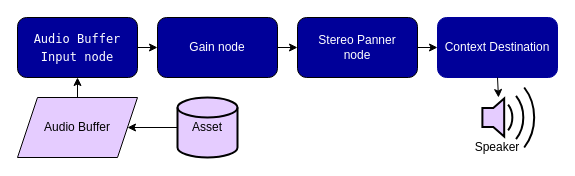
Before: tau_rust/example/lib/MozillaEx/loop/MozillaEx_Loop_graph.drawio in Canardoux/tau.sav, a draw.io diagram. Source tidied: cells renumbered, new cells numbered last; positions are measured from the earlier drawing's top-left corner, leaving out a move shared by most shapes. Both pictures are drawn from the tidied source at 100%, with x=0, y=0 at pixel (17, 17).
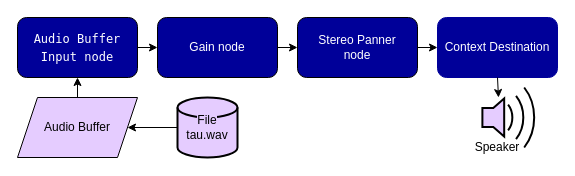
The same page after the edit.

Change to the diagram source:
```diff
@@
 <mxGraphModel>
   <root>
     <mxCell id="0" />
     <mxCell id="1" parent="0" />
     <mxCell id="2" value="&lt;div style=&quot;font-family: Menlo, Monaco, &amp;quot;Courier New&amp;quot;, monospace; line-height: 18px; white-space: pre;&quot;&gt;&lt;font style=&quot;background-color: rgb(0, 0, 153);&quot; color=&quot;#ffffff&quot;&gt;Audio Buffer&lt;/font&gt;&lt;/div&gt;&lt;div style=&quot;font-family: Menlo, Monaco, &amp;quot;Courier New&amp;quot;, monospace; line-height: 18px; white-space: pre;&quot;&gt;&lt;font style=&quot;background-color: rgb(0, 0, 153);&quot; color=&quot;#ffffff&quot;&gt;Input node&lt;/font&gt;&lt;/div&gt;" style="rounded=1;whiteSpace=wrap;html=1;fillColor=#000099;" parent="1" vertex="1">
       <mxGeometry width="120" height="60" as="geometry" />
     </mxCell>
     <mxCell id="3" value="&lt;span style=&quot;background-color: rgb(0, 0, 153);&quot;&gt;&lt;font color=&quot;#ffffff&quot;&gt;Gain node&lt;/font&gt;&lt;/span&gt;" style="rounded=1;whiteSpace=wrap;html=1;fillColor=#000099;" parent="1" vertex="1">
       <mxGeometry x="140" width="120" height="60" as="geometry" />
     </mxCell>
     <mxCell id="4" value="&lt;span style=&quot;background-color: rgb(0, 0, 153);&quot;&gt;&lt;font color=&quot;#ffffff&quot;&gt;Stereo Panner&lt;/font&gt;&lt;/span&gt;&lt;div&gt;&lt;span style=&quot;background-color: rgb(0, 0, 153);&quot;&gt;&lt;font color=&quot;#ffffff&quot;&gt;node&lt;/font&gt;&lt;/span&gt;&lt;/div&gt;" style="rounded=1;whiteSpace=wrap;html=1;fillColor=#000099;" parent="1" vertex="1">
       <mxGeometry x="280" width="120" height="60" as="geometry" />
     </mxCell>
     <mxCell id="5" value="&lt;span style=&quot;background-color: rgb(0, 0, 153);&quot;&gt;&lt;font color=&quot;#ffffff&quot;&gt;Context Destination&lt;/font&gt;&lt;/span&gt;" style="rounded=1;whiteSpace=wrap;html=1;fillColor=#000099;strokeColor=#000099;" parent="1" vertex="1">
       <mxGeometry x="420" width="120" height="60" as="geometry" />
     </mxCell>
     <mxCell id="6" style="endArrow=classic;html=1;rounded=0;exitX=1;exitY=0.5;exitDx=0;exitDy=0;entryX=0;entryY=0.5;entryDx=0;entryDy=0;" parent="1" edge="1" source="2" target="3">
       <mxGeometry relative="1" as="geometry" />
     </mxCell>
     <mxCell id="7" style="endArrow=classic;html=1;rounded=0;exitX=1;exitY=0.5;exitDx=0;exitDy=0;entryX=0;entryY=0.5;entryDx=0;entryDy=0;" parent="1" edge="1" source="3" target="4">
       <mxGeometry relative="1" as="geometry" />
     </mxCell>
     <mxCell id="8" style="endArrow=classic;html=1;rounded=0;exitX=1;exitY=0.5;exitDx=0;exitDy=0;entryX=0;entryY=0.5;entryDx=0;entryDy=0;" parent="1" edge="1" source="4" target="5">
       <mxGeometry relative="1" as="geometry" />
     </mxCell>
-    <mxCell id="9" value="&lt;span style=&quot;background-color: rgb(229, 204, 255);&quot;&gt;Asset&lt;/span&gt;" style="strokeWidth=2;html=1;shape=mxgraph.flowchart.database;whiteSpace=wrap;fillColor=#E5CCFF;" parent="1" vertex="1">
+    <mxCell id="9" value="&lt;span style=&quot;background-color: rgb(229, 204, 255);&quot;&gt;File&lt;/span&gt;&lt;div&gt;&lt;span style=&quot;background-color: rgb(229, 204, 255);&quot;&gt;tau.wav&lt;/span&gt;&lt;/div&gt;" style="strokeWidth=2;html=1;shape=mxgraph.flowchart.database;whiteSpace=wrap;fillColor=#E5CCFF;" parent="1" vertex="1">
       <mxGeometry x="160" y="80" width="60" height="60" as="geometry" />
     </mxCell>
     <mxCell id="10" style="endArrow=classic;html=1;rounded=0;entryX=0.5;entryY=1;entryDx=0;entryDy=0;" parent="1" edge="1" target="2">
       <mxGeometry relative="1" as="geometry">
         <mxPoint x="60" y="80" as="sourcePoint" />
       </mxGeometry>
     </mxCell>
     <mxCell id="11" style="html=1;verticalLabelPosition=bottom;align=center;labelBackgroundColor=#ffffff;verticalAlign=top;strokeWidth=2;strokeColor=#000000;shadow=0;dashed=0;shape=mxgraph.ios7.icons.volume_2;fillColor=#E5CCFF;" parent="1" vertex="1">
       <mxGeometry x="464.9" y="70" width="55.1" height="60" as="geometry" />
     </mxCell>
     <mxCell id="12" style="endArrow=classic;html=1;rounded=0;exitX=0.5;exitY=1;exitDx=0;exitDy=0;" parent="1" edge="1" source="5">
       <mxGeometry relative="1" as="geometry">
         <mxPoint x="481" y="80" as="targetPoint" />
       </mxGeometry>
     </mxCell>
     <mxCell id="13" value="Speaker" style="text;html=1;align=center;verticalAlign=middle;whiteSpace=wrap;rounded=0;" parent="1" vertex="1">
       <mxGeometry x="450" y="120" width="60" height="20" as="geometry" />
     </mxCell>
     <mxCell id="14" value="Audio Buffer" style="shape=parallelogram;perimeter=parallelogramPerimeter;whiteSpace=wrap;html=1;fixedSize=1;fillColor=#E5CCFF;" parent="1" vertex="1">
       <mxGeometry y="80" width="120" height="60" as="geometry" />
     </mxCell>
     <mxCell id="15" style="endArrow=classic;html=1;rounded=0;exitX=0;exitY=0.5;exitDx=0;exitDy=0;exitPerimeter=0;entryX=1;entryY=0.5;entryDx=0;entryDy=0;" parent="1" edge="1" source="9" target="14">
       <mxGeometry relative="1" as="geometry" />
     </mxCell>
   </root>
 </mxGraphModel>
```
